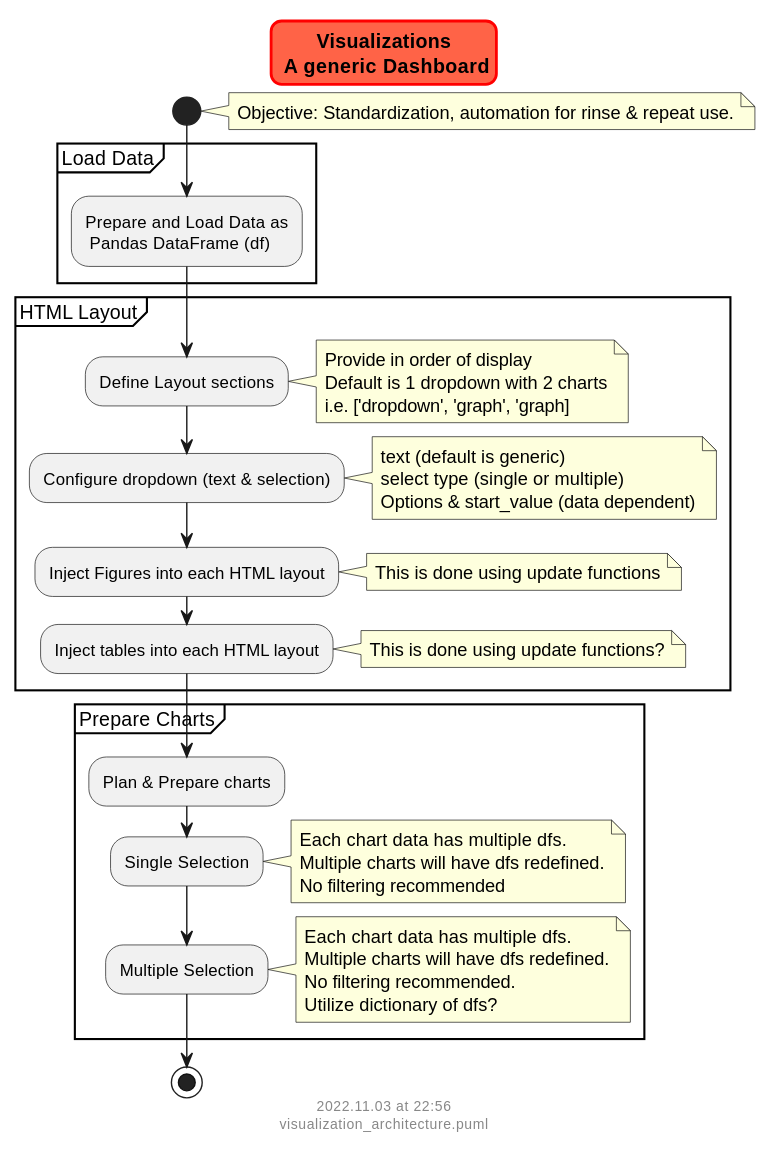
Before: docs/visualization_architecture.svg, a diagram exported from PlantUML (vamseeachanta/dashhtmlgrid).
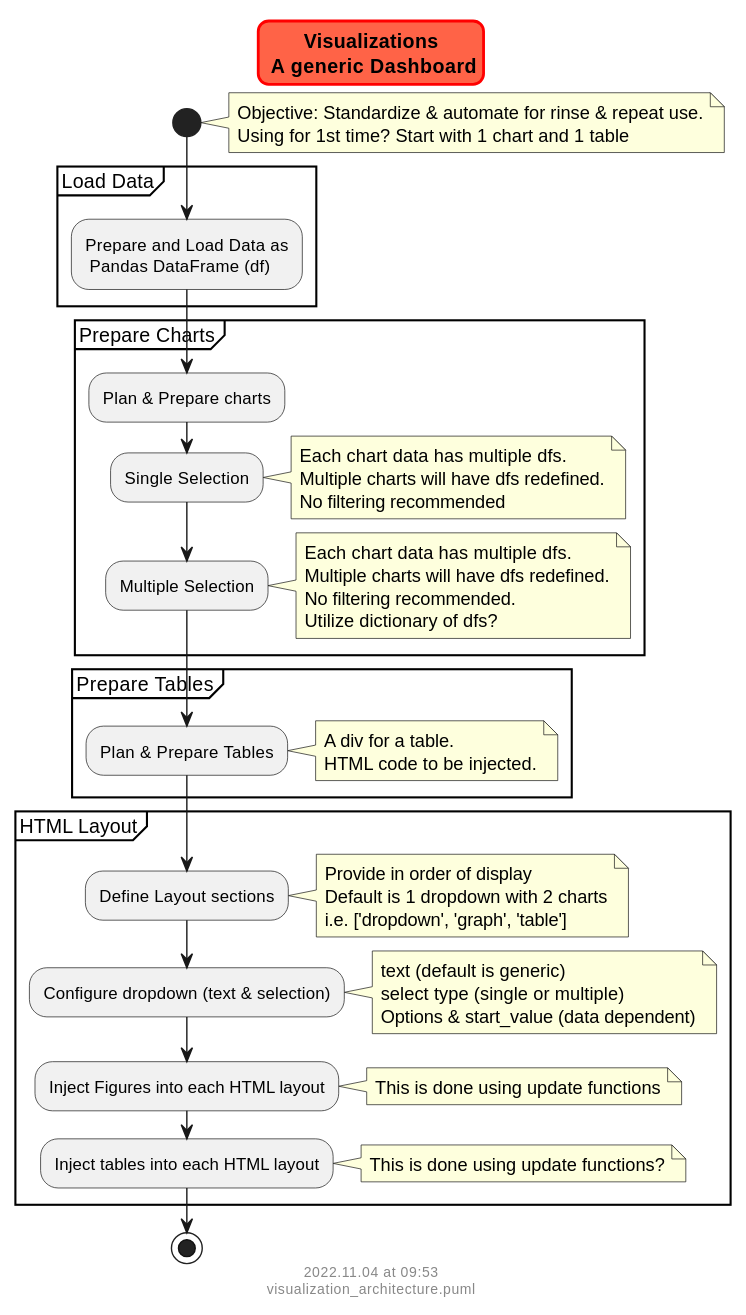
Later version of the same file.

Change to the diagram source:
```diff
@@ -9,42 +9,14 @@
 start
 
     note right
-        Objective: Standardization, automation for rinse & repeat use.
+        Objective: Standardize & automate for rinse & repeat use.
+        Using for 1st time? Start with 1 chart and 1 table
     end note
 
     partition "Load Data" {
 
         :Prepare and Load Data as
          Pandas DataFrame (df);
-
-    }
-
-    partition "HTML Layout" {
-
-
-        :Define Layout sections;
-            note right
-                Provide in order of display
-                Default is 1 dropdown with 2 charts
-                i.e. ['dropdown', 'graph', 'graph]
-            end note
-
-        :Configure dropdown (text & selection);
-            note right
-                text (default is generic)
-                select type (single or multiple)
-                Options & start_value (data dependent)
-            end note
-
-        :Inject Figures into each HTML layout;
-            note right
-                This is done using update functions
-            end note
-
-        :Inject tables into each HTML layout;
-            note right
-                This is done using update functions?
-            end note
 
     }
 
@@ -69,6 +41,47 @@
 
     }
 
+    partition "Prepare Tables" {
+
+        :Plan & Prepare Tables;
+            note right
+                A div for a table.
+                HTML code to be injected.
+            end note
+
+    }
+
+
+
+    partition "HTML Layout" {
+
+
+        :Define Layout sections;
+            note right
+                Provide in order of display
+                Default is 1 dropdown with 2 charts
+                i.e. ['dropdown', 'graph', 'table']
+            end note
+
+        :Configure dropdown (text & selection);
+            note right
+                text (default is generic)
+                select type (single or multiple)
+                Options & start_value (data dependent)
+            end note
+
+        :Inject Figures into each HTML layout;
+            note right
+                This is done using update functions
+            end note
+
+        :Inject tables into each HTML layout;
+            note right
+                This is done using update functions?
+            end note
+
+    }
+
 
 
 
```
